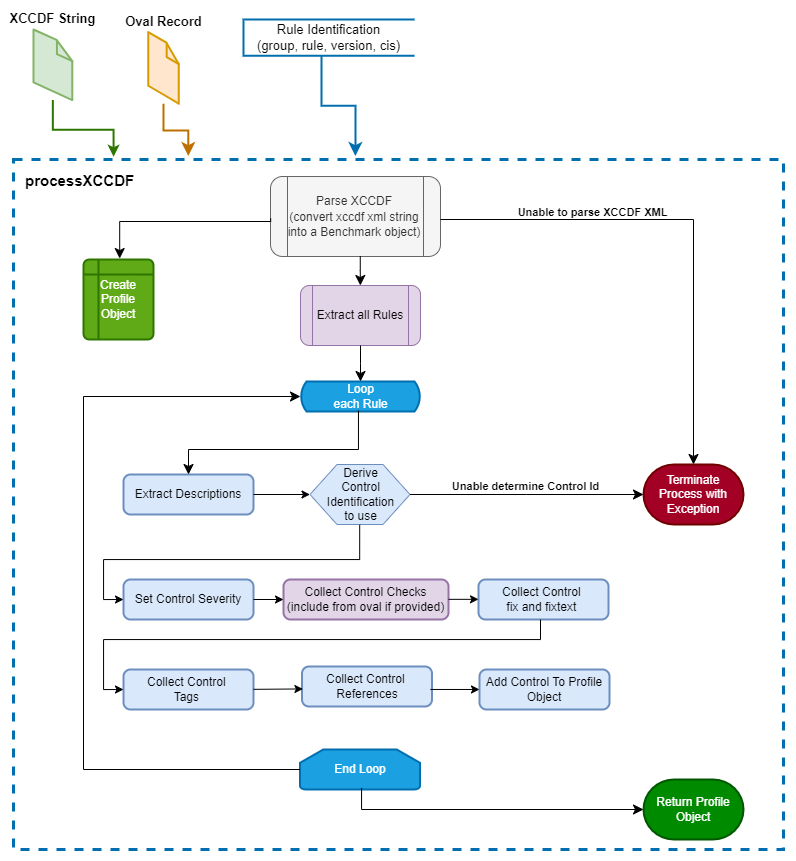
This is images/ts-inspec-objects-xccdf-workflow-process.png from mitre/ts-inspec-objects, a draw.io export, as it was before one commit. Source tidied: cells renumbered, new cells last; positions are measured from the earlier drawing's top-left corner, leaving out a move shared by most shapes.
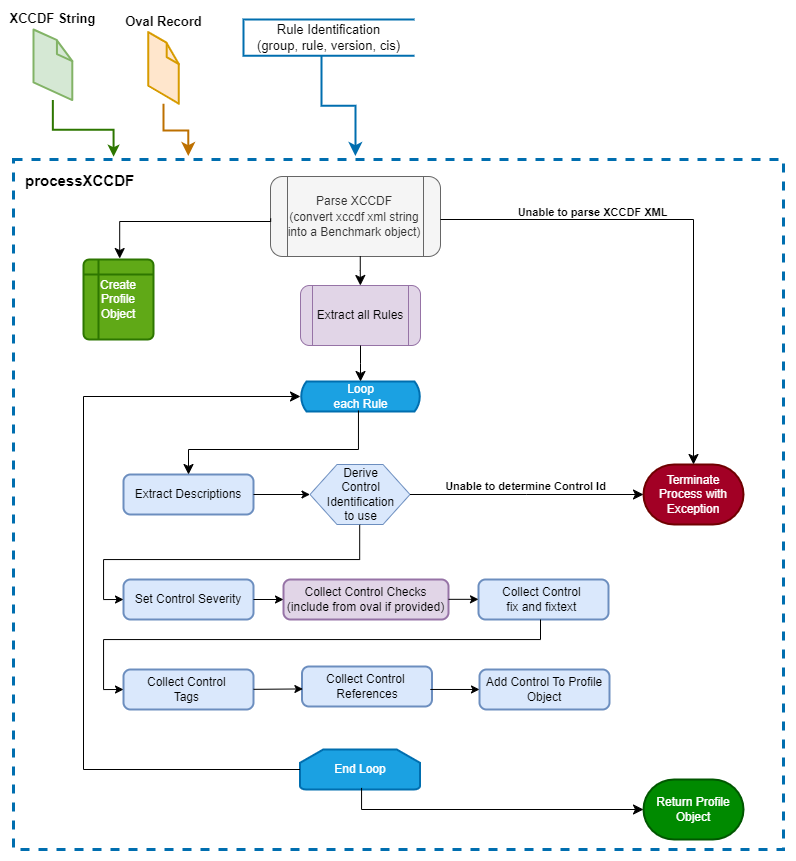
After the change.

What changed in the source:
```diff
@@ -66,7 +66,7 @@
     <mxCell id="21" style="edgeStyle=elbowEdgeStyle;elbow=horizontal;endArrow=classic;html=1;curved=0;rounded=0;endSize=8;startSize=8;" parent="1" edge="1" source="16" target="17">
       <mxGeometry relative="1" as="geometry" />
     </mxCell>
-    <mxCell id="22" value="Unable determine&amp;nbsp;&lt;span style=&quot;background-color: light-dark(#ffffff, var(--ge-dark-color, #121212)); color: light-dark(rgb(0, 0, 0), rgb(255, 255, 255));&quot;&gt;Control Id&lt;/span&gt;" style="edgeLabel;html=1;align=center;verticalAlign=bottom;labelPosition=center;verticalLabelPosition=top;fontStyle=1;" parent="21" vertex="1">
+    <mxCell id="22" value="Unable to determine&amp;nbsp;&lt;span style=&quot;background-color: light-dark(#ffffff, var(--ge-dark-color, #121212)); color: light-dark(rgb(0, 0, 0), rgb(255, 255, 255));&quot;&gt;Control Id&lt;/span&gt;" style="edgeLabel;html=1;align=center;verticalAlign=bottom;labelPosition=center;verticalLabelPosition=top;fontStyle=1;" parent="21" vertex="1">
       <mxGeometry x="0.31" y="-1" relative="1" as="geometry">
         <mxPoint x="-38" y="-1" as="offset" />
       </mxGeometry>
```
